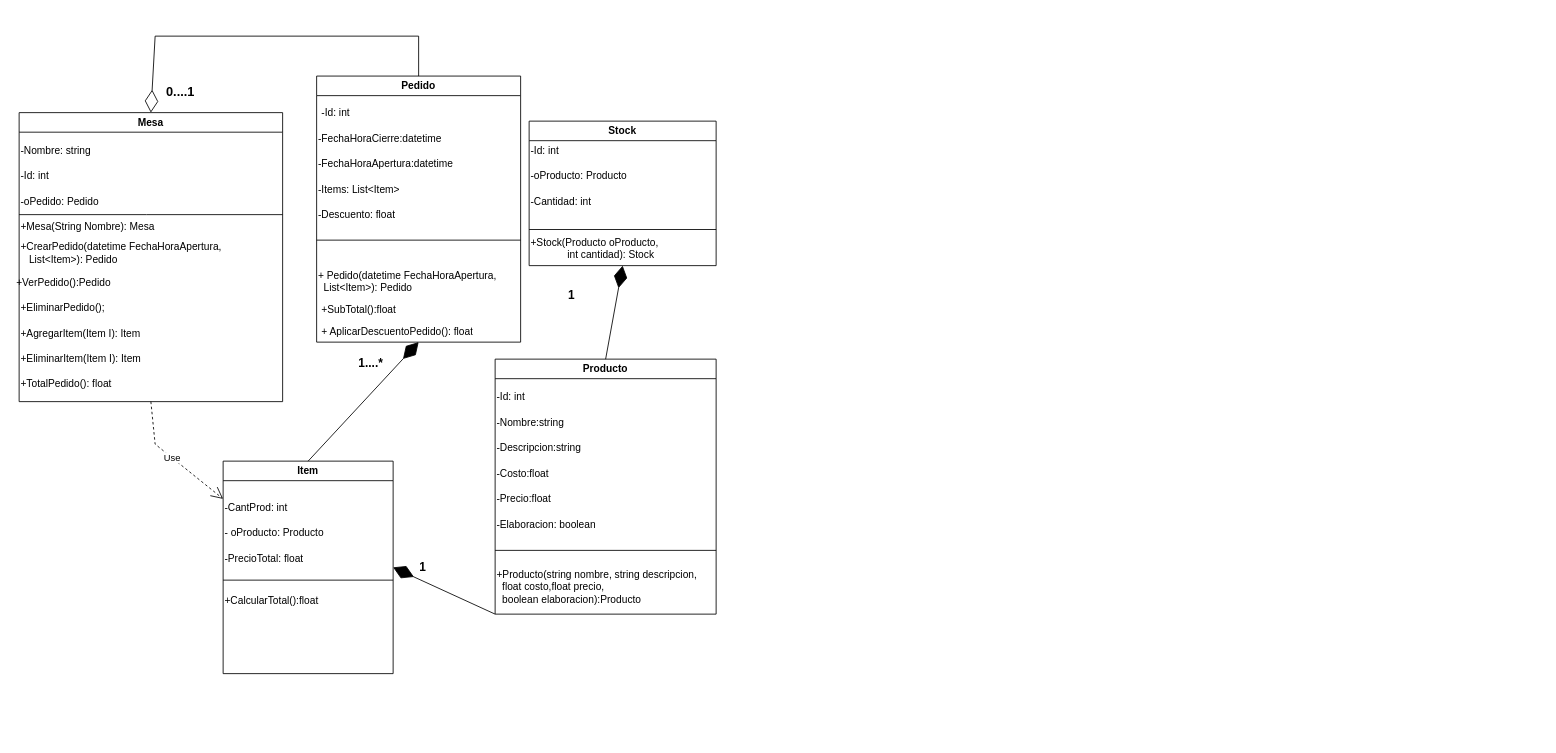
The draw.io diagram Diagrama E.drawio in VinceSM/Diagramas_Tito, before the edit. Source tidied: cells renumbered, new cells numbered last; positions are measured from the earlier drawing's top-left corner, leaving out a move shared by most shapes. Both pictures are drawn from the tidied source at 85%, with x=0, y=0 at pixel (14, 36).
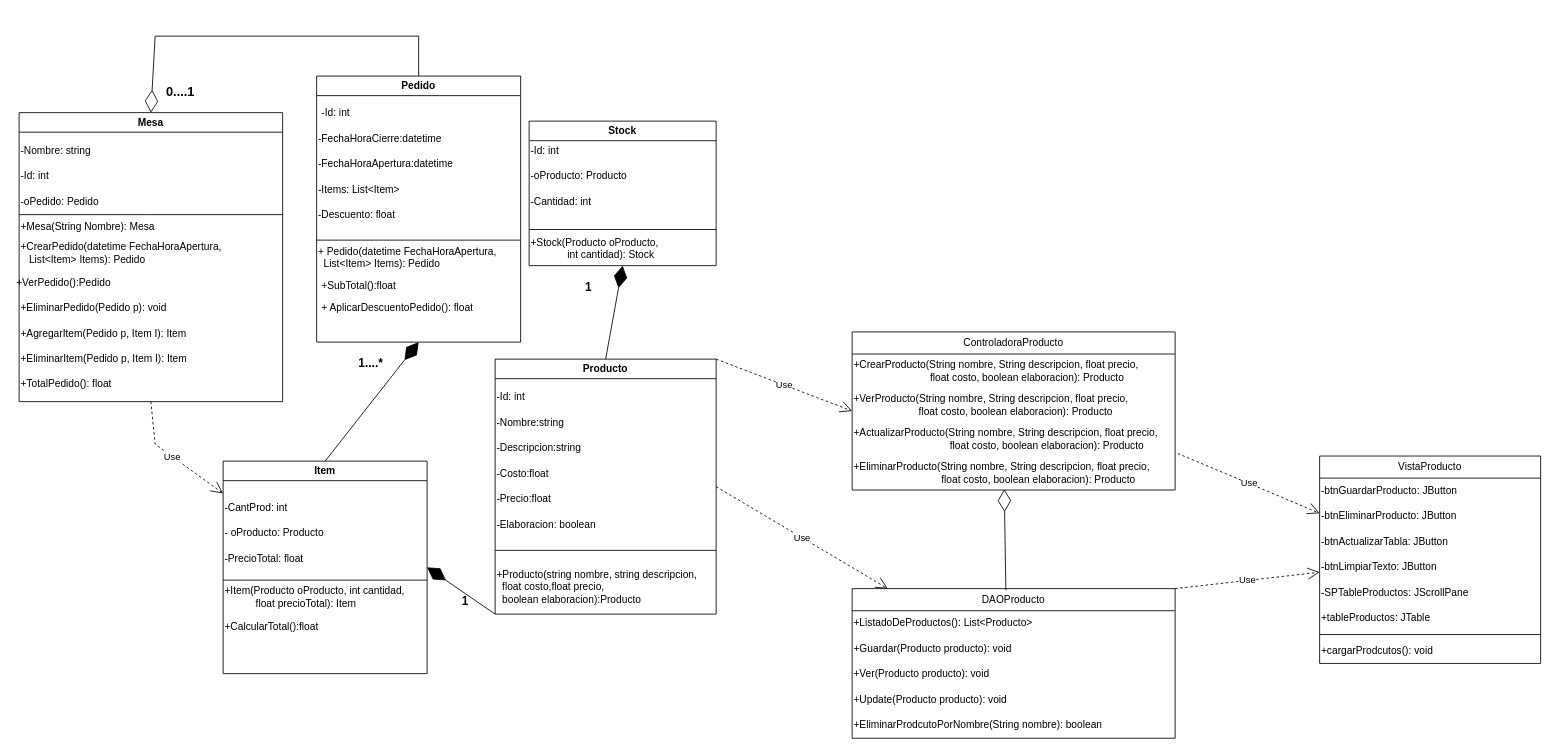
Above is the later version.

Commit message (it also covers changes not shown here):
Diagrama de clases Actualizado

Unchanged cells that the change refers to:
```xml
<mxCell id="2" value="Mesa" style="swimlane;whiteSpace=wrap;html=1;" parent="1" vertex="1">
  <mxGeometry x="5" y="90" width="310" height="340" as="geometry" />
</mxCell>
<mxCell id="14" value="Producto" style="swimlane;whiteSpace=wrap;html=1;verticalAlign=middle;" parent="1" vertex="1">
  <mxGeometry x="565" y="380" width="260" height="300" as="geometry" />
</mxCell>
<mxCell id="22" value="Pedido" style="swimlane;whiteSpace=wrap;html=1;" parent="1" vertex="1">
  <mxGeometry x="355" y="47" width="240" height="313" as="geometry" />
</mxCell>
```

Change to the diagram source:
```diff
@@
-    <mxCell id="7" value="+EliminarPedido();" style="text;html=1;align=left;verticalAlign=middle;strokeColor=none;fillColor=none;" parent="2" vertex="1">
-      <mxGeometry y="215" width="120" height="30" as="geometry" />
+    <mxCell id="7" value="+EliminarPedido(Pedido p): void" style="text;html=1;align=left;verticalAlign=middle;strokeColor=none;fillColor=none;" parent="2" vertex="1">
+      <mxGeometry y="215" width="200" height="30" as="geometry" />
     </mxCell>
-    <mxCell id="8" value="+AgregarItem(Item I): Item" style="text;html=1;align=left;verticalAlign=middle;strokeColor=none;fillColor=none;" parent="2" vertex="1">
-      <mxGeometry y="245" width="160" height="30" as="geometry" />
+    <mxCell id="8" value="+AgregarItem(Pedido p, Item I): Item" style="text;html=1;align=left;verticalAlign=middle;strokeColor=none;fillColor=none;" parent="2" vertex="1">
+      <mxGeometry y="245" width="220" height="30" as="geometry" />
     </mxCell>
@@
-    <mxCell id="11" value="+EliminarItem(Item I): Item" style="text;html=1;align=left;verticalAlign=middle;strokeColor=none;fillColor=none;" parent="2" vertex="1">
-      <mxGeometry y="275" width="170" height="30" as="geometry" />
+    <mxCell id="11" value="+EliminarItem(Pedido p, Item I): Item" style="text;html=1;align=left;verticalAlign=middle;strokeColor=none;fillColor=none;" parent="2" vertex="1">
+      <mxGeometry y="275" width="220" height="30" as="geometry" />
     </mxCell>
-    <mxCell id="12" value="+CrearPedido(datetime FechaHoraApertura, &lt;br&gt;&lt;span style=&quot;white-space: pre;&quot;&gt; &lt;/span&gt;&lt;span style=&quot;white-space: pre;&quot;&gt; &lt;/span&gt;&lt;span style=&quot;white-space: pre;&quot;&gt; &lt;/span&gt;List&amp;lt;Item&amp;gt;): Pedido" style="text;html=1;align=left;verticalAlign=middle;strokeColor=none;fillColor=none;" parent="2" vertex="1">
+    <mxCell id="12" value="+CrearPedido(datetime FechaHoraApertura, &lt;br&gt;&lt;span style=&quot;white-space: pre;&quot;&gt; &lt;/span&gt;&lt;span style=&quot;white-space: pre;&quot;&gt; &lt;/span&gt;&lt;span style=&quot;white-space: pre;&quot;&gt; &lt;/span&gt;List&amp;lt;Item&amp;gt; Items): Pedido" style="text;html=1;align=left;verticalAlign=middle;strokeColor=none;fillColor=none;" parent="2" vertex="1">
       <mxGeometry y="145" width="260" height="40" as="geometry" />
     </mxCell>
@@
     <mxCell id="27" value="+SubTotal():float" style="text;strokeColor=none;fillColor=none;align=left;verticalAlign=top;spacingLeft=4;spacingRight=4;overflow=hidden;whiteSpace=wrap;html=1;" parent="22" vertex="1">
-      <mxGeometry y="261" width="100" height="26" as="geometry" />
+      <mxGeometry y="233" width="100" height="26" as="geometry" />
     </mxCell>
-    <mxCell id="28" value="+ Pedido(datetime FechaHoraApertura, &lt;br&gt;&lt;span style=&quot;white-space: pre;&quot;&gt; &lt;/span&gt;&lt;span style=&quot;white-space: pre;&quot;&gt; &lt;/span&gt;List&amp;lt;Item&amp;gt;): Pedido&lt;br&gt;" style="text;html=1;align=left;verticalAlign=top;strokeColor=none;fillColor=none;fontSize=12;" parent="22" vertex="1">
-      <mxGeometry y="221" width="230" height="40" as="geometry" />
+    <mxCell id="28" value="+ Pedido(datetime FechaHoraApertura, &lt;br&gt;&lt;span style=&quot;white-space: pre;&quot;&gt; &lt;/span&gt;&lt;span style=&quot;white-space: pre;&quot;&gt; &lt;/span&gt;List&amp;lt;Item&amp;gt; Items): Pedido" style="text;html=1;align=left;verticalAlign=top;strokeColor=none;fillColor=none;fontSize=12;" parent="22" vertex="1">
+      <mxGeometry y="193" width="230" height="40" as="geometry" />
     </mxCell>
     <mxCell id="29" value="+ AplicarDescuentoPedido(): float" style="text;strokeColor=none;fillColor=none;align=left;verticalAlign=top;spacingLeft=4;spacingRight=4;overflow=hidden;whiteSpace=wrap;html=1;" parent="22" vertex="1">
-      <mxGeometry y="287" width="200" height="26" as="geometry" />
+      <mxGeometry y="259" width="200" height="26" as="geometry" />
     </mxCell>
@@
     <mxCell id="31" value="Item" style="swimlane;whiteSpace=wrap;html=1;" parent="1" vertex="1">
-      <mxGeometry x="245" y="500" width="200" height="250" as="geometry" />
+      <mxGeometry x="245" y="500" width="240" height="250" as="geometry" />
     </mxCell>
@@
     <mxCell id="35" value="+CalcularTotal():float" style="text;html=1;align=left;verticalAlign=middle;strokeColor=none;fillColor=none;" parent="31" vertex="1">
-      <mxGeometry y="150" width="130" height="30" as="geometry" />
+      <mxGeometry y="180" width="130" height="30" as="geometry" />
     </mxCell>
     <mxCell id="36" style="endArrow=none;html=1;rounded=0;" parent="31" edge="1">
       <mxGeometry relative="1" as="geometry">
         <mxPoint y="140" as="sourcePoint" />
-        <mxPoint x="200" y="140" as="targetPoint" />
+        <mxPoint x="240" y="140" as="targetPoint" />
       </mxGeometry>
     </mxCell>
+    <mxCell id="55" value="+Item(Producto oProducto, int cantidad, &lt;br&gt;&amp;nbsp; &amp;nbsp; &amp;nbsp; &amp;nbsp; &amp;nbsp; &amp;nbsp;float precioTotal): Item" style="text;html=1;align=left;verticalAlign=middle;strokeColor=none;fillColor=none;" parent="31" vertex="1">
+      <mxGeometry y="140" width="240" height="40" as="geometry" />
+    </mxCell>
@@
     <mxCell id="40" value="&lt;b&gt;&lt;font style=&quot;font-size: 14px;&quot;&gt;1&lt;/font&gt;&lt;/b&gt;" style="text;html=1;strokeColor=none;fillColor=none;align=center;verticalAlign=middle;whiteSpace=wrap;rounded=0;" parent="1" vertex="1">
-      <mxGeometry x="465" y="610" width="30" height="30" as="geometry" />
+      <mxGeometry x="515" y="650" width="30" height="30" as="geometry" />
     </mxCell>
@@
     <mxCell id="50" value="1" style="text;html=1;strokeColor=none;fillColor=none;align=center;verticalAlign=middle;whiteSpace=wrap;rounded=0;fontStyle=1;fontSize=14;" parent="1" vertex="1">
-      <mxGeometry x="625" y="290" width="60" height="30" as="geometry" />
+      <mxGeometry x="645" y="280" width="60" height="30" as="geometry" />
     </mxCell>
@@
+    <mxCell id="56" value="Use" style="endArrow=open;endSize=12;dashed=1;html=1;rounded=0;exitX=1;exitY=0;exitDx=0;exitDy=0;entryX=0;entryY=0.5;entryDx=0;entryDy=0;" parent="1" edge="1" source="14" target="57">
+      <mxGeometry relative="1" as="geometry" />
+    </mxCell>
+    <mxCell id="57" value="ControladoraProducto" style="swimlane;fontStyle=0;horizontal=1;startSize=26;fillColor=none;whiteSpace=wrap;html=1;" parent="1" vertex="1">
+      <mxGeometry x="985" y="348" width="380" height="186" as="geometry" />
+    </mxCell>
+    <mxCell id="58" value="+CrearProducto(String nombre, String descripcion, float precio, &lt;br&gt;&amp;nbsp; &amp;nbsp; &amp;nbsp; &amp;nbsp; &amp;nbsp; &amp;nbsp; &amp;nbsp; &amp;nbsp; &amp;nbsp; &amp;nbsp; &amp;nbsp; &amp;nbsp; &amp;nbsp; &amp;nbsp;float costo, boolean elaboracion): Producto" style="text;html=1;align=left;verticalAlign=middle;strokeColor=none;fillColor=none;" parent="57" vertex="1">
+      <mxGeometry y="26" width="380" height="40" as="geometry" />
+    </mxCell>
+    <mxCell id="59" value="+VerProducto(String nombre, String descripcion, float precio, &lt;br&gt;&amp;nbsp; &amp;nbsp; &amp;nbsp; &amp;nbsp; &amp;nbsp; &amp;nbsp; &amp;nbsp; &amp;nbsp; &amp;nbsp; &amp;nbsp; &amp;nbsp; &amp;nbsp;float costo, boolean elaboracion): Producto" style="text;html=1;align=left;verticalAlign=middle;strokeColor=none;fillColor=none;" parent="57" vertex="1">
+      <mxGeometry y="66" width="380" height="40" as="geometry" />
+    </mxCell>
+    <mxCell id="60" value="+ActualizarProducto(String nombre, String descripcion, float precio, &lt;br&gt;&amp;nbsp; &amp;nbsp; &amp;nbsp; &amp;nbsp; &amp;nbsp; &amp;nbsp; &amp;nbsp; &amp;nbsp; &amp;nbsp; &amp;nbsp; &amp;nbsp; &amp;nbsp; &amp;nbsp; &amp;nbsp; &amp;nbsp; &amp;nbsp; &amp;nbsp; float costo, boolean elaboracion): Producto" style="text;html=1;align=left;verticalAlign=middle;strokeColor=none;fillColor=none;" parent="57" vertex="1">
+      <mxGeometry y="106" width="380" height="40" as="geometry" />
+    </mxCell>
+    <mxCell id="61" value="+EliminarProducto(String nombre, String descripcion, float precio, &lt;br&gt;&amp;nbsp; &amp;nbsp; &amp;nbsp; &amp;nbsp; &amp;nbsp; &amp;nbsp; &amp;nbsp; &amp;nbsp; &amp;nbsp; &amp;nbsp; &amp;nbsp; &amp;nbsp; &amp;nbsp; &amp;nbsp; &amp;nbsp; &amp;nbsp;float costo, boolean elaboracion): Producto" style="text;html=1;align=left;verticalAlign=middle;points=[];strokeColor=none;fillColor=none;" parent="57" vertex="1">
+      <mxGeometry y="146" width="380" height="40" as="geometry" />
+    </mxCell>
+    <mxCell id="62" value="Use" style="endArrow=open;endSize=12;dashed=1;html=1;rounded=0;exitX=1;exitY=0.5;exitDx=0;exitDy=0;" parent="1" edge="1" source="14" target="63">
+      <mxGeometry relative="1" as="geometry" />
+    </mxCell>
+    <mxCell id="63" value="DAOProducto" style="swimlane;fontStyle=0;horizontal=1;startSize=26;fillColor=none;whiteSpace=wrap;html=1;" parent="1" vertex="1">
+      <mxGeometry x="985" y="650" width="380" height="176" as="geometry" />
+    </mxCell>
+    <mxCell id="64" value="+ListadoDeProductos(): List&amp;lt;Producto&amp;gt;" style="text;html=1;align=left;verticalAlign=middle;strokeColor=none;fillColor=none;" parent="63" vertex="1">
+      <mxGeometry y="26" width="380" height="30" as="geometry" />
+    </mxCell>
+    <mxCell id="65" value="+Guardar(Producto producto): void" style="text;html=1;align=left;verticalAlign=middle;strokeColor=none;fillColor=none;" parent="63" vertex="1">
+      <mxGeometry y="56" width="380" height="30" as="geometry" />
+    </mxCell>
+    <mxCell id="66" value="+Ver(Producto producto): void" style="text;html=1;align=left;verticalAlign=middle;strokeColor=none;fillColor=none;" parent="63" vertex="1">
+      <mxGeometry y="86" width="380" height="30" as="geometry" />
+    </mxCell>
+    <mxCell id="67" value="+Update(Producto producto): void" style="text;html=1;align=left;verticalAlign=middle;strokeColor=none;fillColor=none;" parent="63" vertex="1">
+      <mxGeometry y="116" width="380" height="30" as="geometry" />
+    </mxCell>
+    <mxCell id="68" value="+EliminarProdcutoPorNombre(String nombre): boolean" style="text;html=1;align=left;verticalAlign=middle;strokeColor=none;fillColor=none;" parent="63" vertex="1">
+      <mxGeometry y="146" width="380" height="30" as="geometry" />
+    </mxCell>
+    <mxCell id="69" style="endArrow=diamondThin;endFill=0;endSize=24;html=1;rounded=0;entryX=0.471;entryY=0.975;entryDx=0;entryDy=0;entryPerimeter=0;exitX=0.476;exitY=0.011;exitDx=0;exitDy=0;exitPerimeter=0;" parent="1" edge="1" source="63" target="61">
+      <mxGeometry relative="1" as="geometry" />
+    </mxCell>
+    <mxCell id="70" value="Use" style="endArrow=open;endSize=12;dashed=1;html=1;rounded=0;exitX=1.008;exitY=-0.075;exitDx=0;exitDy=0;exitPerimeter=0;" parent="1" edge="1" source="61" target="71">
+      <mxGeometry relative="1" as="geometry" />
+    </mxCell>
+    <mxCell id="71" value="VistaProducto" style="swimlane;fontStyle=0;horizontal=1;startSize=26;fillColor=none;whiteSpace=wrap;html=1;" parent="1" vertex="1">
+      <mxGeometry x="1535" y="494" width="260" height="244" as="geometry" />
+    </mxCell>
+    <mxCell id="72" value="-btnGuardarProducto: JButton" style="text;html=1;align=left;verticalAlign=middle;strokeColor=none;fillColor=none;" parent="71" vertex="1">
+      <mxGeometry y="26" width="260" height="30" as="geometry" />
+    </mxCell>
+    <mxCell id="73" value="-btnEliminarProducto: JButton" style="text;html=1;align=left;verticalAlign=middle;strokeColor=none;fillColor=none;" parent="71" vertex="1">
+      <mxGeometry y="56" width="260" height="30" as="geometry" />
+    </mxCell>
+    <mxCell id="74" value="-btnActualizarTabla: JButton" style="text;html=1;align=left;verticalAlign=middle;strokeColor=none;fillColor=none;" parent="71" vertex="1">
+      <mxGeometry y="86" width="260" height="30" as="geometry" />
+    </mxCell>
+    <mxCell id="75" value="-btnLimpiarTexto: JButton" style="text;html=1;align=left;verticalAlign=middle;strokeColor=none;fillColor=none;" parent="71" vertex="1">
+      <mxGeometry y="116" width="260" height="30" as="geometry" />
+    </mxCell>
+    <mxCell id="76" value="-SPTableProductos: JScrollPane" style="text;html=1;align=left;verticalAlign=middle;strokeColor=none;fillColor=none;" parent="71" vertex="1">
+      <mxGeometry y="146" width="260" height="30" as="geometry" />
+    </mxCell>
+    <mxCell id="77" value="+tableProductos: JTable" style="text;html=1;align=left;verticalAlign=middle;strokeColor=none;fillColor=none;" parent="71" vertex="1">
+      <mxGeometry y="176" width="260" height="30" as="geometry" />
+    </mxCell>
+    <mxCell id="78" style="line;strokeWidth=1;fillColor=none;align=left;verticalAlign=middle;spacingTop=-1;spacingLeft=3;spacingRight=3;labelPosition=right;strokeColor=inherit;" parent="71" vertex="1">
+      <mxGeometry y="206" width="260" height="8" as="geometry" />
+    </mxCell>
+    <mxCell id="79" value="+cargarProdcutos(): void" style="text;html=1;align=left;verticalAlign=middle;strokeColor=none;fillColor=none;" parent="71" vertex="1">
+      <mxGeometry y="214" width="260" height="30" as="geometry" />
+    </mxCell>
+    <mxCell id="80" value="Use" style="endArrow=open;endSize=12;dashed=1;html=1;rounded=0;exitX=1;exitY=0;exitDx=0;exitDy=0;" parent="1" edge="1" source="63" target="71">
+      <mxGeometry relative="1" as="geometry" />
+    </mxCell>
+    <mxCell id="81" value="&lt;div&gt;&lt;br&gt;&lt;/div&gt;&lt;div&gt;&lt;br&gt;&lt;/div&gt;&lt;div&gt;&lt;br&gt;&lt;/div&gt;&lt;div&gt;&lt;br&gt;&lt;/div&gt;&lt;div&gt;&lt;br&gt;&lt;/div&gt;&lt;div style=&quot;text-align: left;&quot;&gt;&lt;br&gt;&lt;/div&gt;" style="text;html=1;align=center;verticalAlign=middle;strokeColor=none;fillColor=none;" parent="1" vertex="1">
+      <mxGeometry x="1745" y="726" width="20" height="100" as="geometry" />
+    </mxCell>
```
